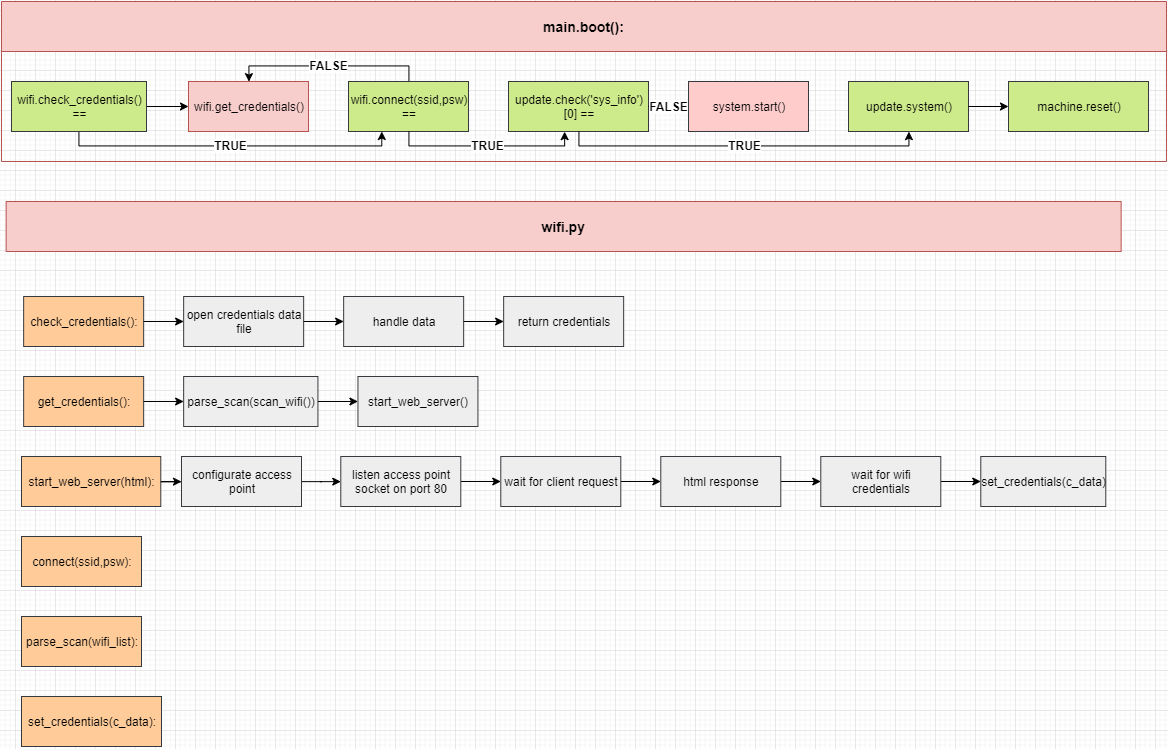
This is img/esp_structure.png from marsex/esp_structure, a draw.io export, as it was before one commit. Source tidied: cells renumbered, new cells last; positions are measured from the earlier drawing's top-left corner, leaving out a move shared by most shapes.
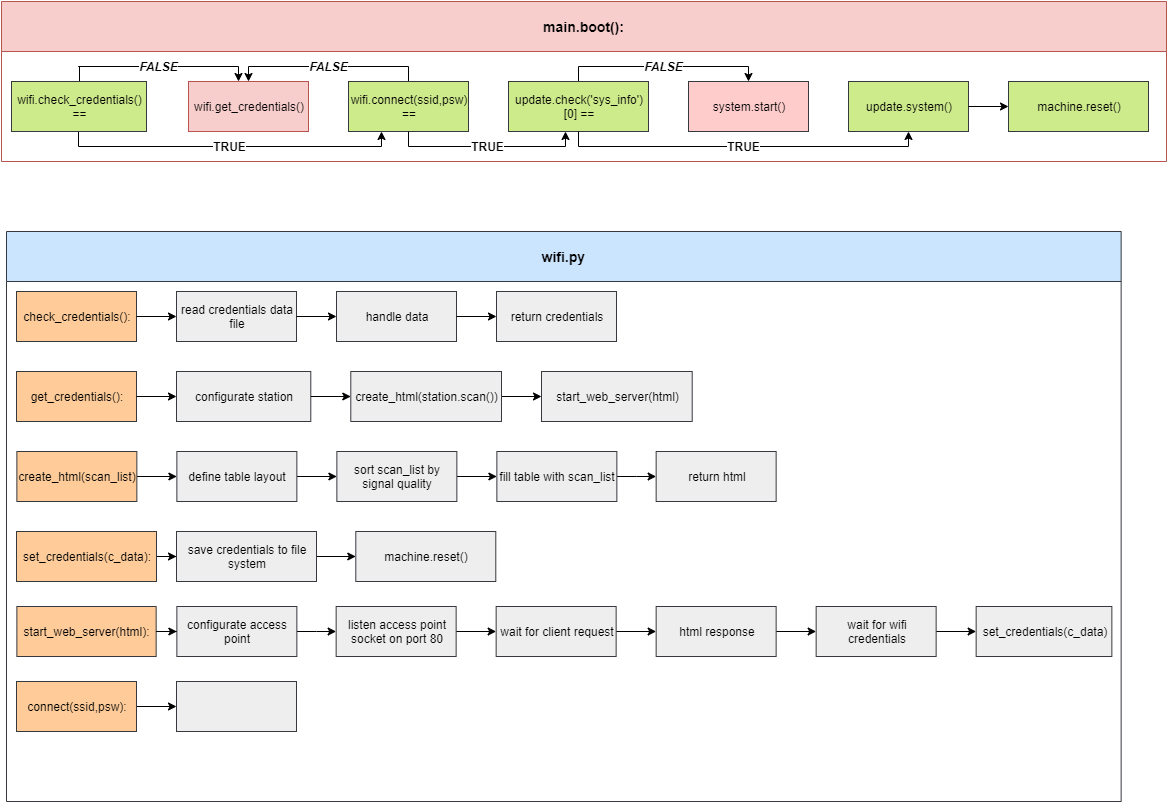
Above is the later version.

Diff of the diagram source:
```diff
@@ -8,7 +8,7 @@
     <mxCell id="3" value="wifi.get_credentials()" style="rounded=0;whiteSpace=wrap;html=1;fillColor=#f8cecc;strokeColor=#b85450;" parent="2" vertex="1">
       <mxGeometry x="187" y="80" width="120" height="50" as="geometry" />
     </mxCell>
-    <mxCell id="4" value="&lt;b&gt;FALSE&lt;/b&gt;" style="edgeStyle=orthogonalEdgeStyle;rounded=0;jettySize=auto;html=1;exitX=0.5;exitY=0;exitDx=0;exitDy=0;entryX=0.5;entryY=0;entryDx=0;entryDy=0;fontSize=12;fontColor=#000000;" parent="2" edge="1" source="5" target="3">
+    <mxCell id="4" value="&lt;b&gt;FALSE&lt;/b&gt;" style="edgeStyle=orthogonalEdgeStyle;rounded=0;jettySize=auto;html=1;exitX=0.5;exitY=0;exitDx=0;exitDy=0;entryX=0.5;entryY=0;entryDx=0;entryDy=0;fontSize=12;fontColor=#000000;fontStyle=2;" parent="2" edge="1" source="5" target="3">
       <mxGeometry relative="1" as="geometry">
         <Array as="points">
           <mxPoint x="407" y="65" />
@@ -19,6 +19,14 @@
     <mxCell id="5" value="wifi.connect(ssid,psw)&lt;br&gt;==" style="rounded=0;whiteSpace=wrap;html=1;fillColor=#cdeb8b;strokeColor=#36393d;" parent="2" vertex="1">
       <mxGeometry x="347" y="80" width="120" height="50" as="geometry" />
     </mxCell>
+    <mxCell id="47" value="&lt;b&gt;FALSE&lt;/b&gt;" style="edgeStyle=orthogonalEdgeStyle;rounded=0;jettySize=auto;html=1;exitX=0.5;exitY=0;exitDx=0;exitDy=0;entryX=0.5;entryY=0;entryDx=0;entryDy=0;fontSize=12;fontColor=#000000;fontStyle=2;" parent="2" edge="1" source="6" target="8">
+      <mxGeometry relative="1" as="geometry">
+        <Array as="points">
+          <mxPoint x="577" y="65" />
+          <mxPoint x="747" y="65" />
+        </Array>
+      </mxGeometry>
+    </mxCell>
     <mxCell id="6" value="update.check('sys_info')[0] ==" style="rounded=0;whiteSpace=wrap;html=1;fillColor=#cdeb8b;strokeColor=#36393d;" parent="2" vertex="1">
       <mxGeometry x="507" y="80" width="140" height="50" as="geometry" />
     </mxCell>
@@ -33,12 +41,6 @@
     <mxCell id="8" value="system.start()" style="rounded=0;whiteSpace=wrap;html=1;fillColor=#ffcccc;strokeColor=#36393d;" parent="2" vertex="1">
       <mxGeometry x="687" y="80" width="120" height="50" as="geometry" />
     </mxCell>
-    <mxCell id="9" style="edgeStyle=orthogonalEdgeStyle;rounded=0;jettySize=auto;html=1;exitX=1;exitY=0.5;exitDx=0;exitDy=0;fontSize=12;fontColor=#000000;" parent="2" edge="1" source="6" target="8">
-      <mxGeometry relative="1" as="geometry" />
-    </mxCell>
-    <mxCell id="10" value="&lt;b&gt;FALSE&lt;/b&gt;" style="edgeStyle=orthogonalEdgeStyle;rounded=0;jettySize=auto;html=1;fontSize=12;fontColor=#000000;" parent="2" edge="1" source="6" target="8">
-      <mxGeometry relative="1" as="geometry" />
-    </mxCell>
     <mxCell id="11" value="update.system()" style="rounded=0;whiteSpace=wrap;html=1;fillColor=#cdeb8b;strokeColor=#36393d;" parent="2" vertex="1">
       <mxGeometry x="847" y="80" width="120" height="50" as="geometry" />
     </mxCell>
@@ -64,69 +66,122 @@
         </Array>
       </mxGeometry>
     </mxCell>
-    <mxCell id="16" style="edgeStyle=orthogonalEdgeStyle;rounded=0;jettySize=auto;html=1;fontSize=12;fontColor=#000000;" parent="2" edge="1" source="17" target="3">
-      <mxGeometry relative="1" as="geometry" />
+    <mxCell id="16" value="&lt;b&gt;FALSE&lt;/b&gt;" style="edgeStyle=orthogonalEdgeStyle;rounded=0;jettySize=auto;html=1;exitX=0.5;exitY=0;exitDx=0;exitDy=0;entryX=0.415;entryY=-0.008;entryDx=0;entryDy=0;entryPerimeter=0;fontSize=12;fontColor=#000000;fontStyle=2;" parent="2" edge="1" source="17" target="3">
+      <mxGeometry relative="1" as="geometry">
+        <Array as="points">
+          <mxPoint x="77" y="65" />
+          <mxPoint x="237" y="65" />
+        </Array>
+      </mxGeometry>
     </mxCell>
     <mxCell id="17" value="wifi.check_credentials() ==" style="rounded=0;whiteSpace=wrap;html=1;fillColor=#cdeb8b;strokeColor=#36393d;" parent="2" vertex="1">
       <mxGeometry x="10" y="80" width="135" height="50" as="geometry" />
     </mxCell>
-    <mxCell id="18" value="wifi.py" style="swimlane;strokeColor=#b85450;fillColor=#f8cecc;fontSize=14;startSize=50;flipH=1;" parent="1" vertex="1">
-      <mxGeometry x="4.7" y="200" width="1115" height="50" as="geometry" />
+    <mxCell id="18" value="wifi.py" style="swimlane;strokeColor=#36393d;fillColor=#cce5ff;fontSize=14;startSize=50;flipH=1;" parent="1" vertex="1">
+      <mxGeometry x="5" y="230" width="1114.6" height="570" as="geometry" />
     </mxCell>
     <mxCell id="19" value="start_web_server(html):" style="rounded=0;whiteSpace=wrap;html=1;fillColor=#ffcc99;strokeColor=#36393d;" parent="1" vertex="1">
-      <mxGeometry x="20" y="455" width="139.3" height="50" as="geometry" />
+      <mxGeometry x="15.4" y="605" width="139.3" height="50" as="geometry" />
     </mxCell>
     <mxCell id="20" value="check_credentials():" style="rounded=0;whiteSpace=wrap;html=1;fillColor=#ffcc99;strokeColor=#36393d;" parent="1" vertex="1">
-      <mxGeometry x="22.2" y="295" width="120" height="50" as="geometry" />
+      <mxGeometry x="15" y="290" width="120" height="50" as="geometry" />
     </mxCell>
-    <mxCell id="21" value="open credentials data file" style="rounded=0;whiteSpace=wrap;html=1;fillColor=#eeeeee;strokeColor=#36393d;" parent="1" vertex="1">
-      <mxGeometry x="182.2" y="295" width="120" height="50" as="geometry" />
+    <mxCell id="21" value="read credentials data file" style="rounded=0;whiteSpace=wrap;html=1;fillColor=#eeeeee;strokeColor=#36393d;" parent="1" vertex="1">
+      <mxGeometry x="175" y="290" width="120" height="50" as="geometry" />
     </mxCell>
     <mxCell id="22" style="edgeStyle=orthogonalEdgeStyle;rounded=0;jettySize=auto;html=1;fontColor=#000000;" parent="1" edge="1" source="20" target="21">
       <mxGeometry relative="1" as="geometry" />
     </mxCell>
     <mxCell id="23" value="handle data" style="rounded=0;whiteSpace=wrap;html=1;fillColor=#eeeeee;strokeColor=#36393d;" parent="1" vertex="1">
-      <mxGeometry x="342.1" y="295" width="120" height="50" as="geometry" />
+      <mxGeometry x="335" y="290" width="120" height="50" as="geometry" />
     </mxCell>
     <mxCell id="24" style="edgeStyle=orthogonalEdgeStyle;rounded=0;jettySize=auto;html=1;fontColor=#000000;" parent="1" edge="1" source="21" target="23">
       <mxGeometry relative="1" as="geometry" />
     </mxCell>
     <mxCell id="25" value="return credentials" style="rounded=0;whiteSpace=wrap;html=1;fillColor=#eeeeee;strokeColor=#36393d;" parent="1" vertex="1">
-      <mxGeometry x="502.2" y="295" width="120" height="50" as="geometry" />
+      <mxGeometry x="495" y="290" width="120" height="50" as="geometry" />
     </mxCell>
     <mxCell id="26" style="edgeStyle=orthogonalEdgeStyle;rounded=0;jettySize=auto;html=1;exitX=1;exitY=0.5;exitDx=0;exitDy=0;entryX=0;entryY=0.5;entryDx=0;entryDy=0;fontColor=#000000;" parent="1" edge="1" source="23" target="25">
       <mxGeometry relative="1" as="geometry" />
     </mxCell>
     <mxCell id="27" value="get_credentials():" style="rounded=0;whiteSpace=wrap;html=1;fillColor=#ffcc99;strokeColor=#36393d;" parent="1" vertex="1">
-      <mxGeometry x="22.2" y="375" width="120" height="50" as="geometry" />
+      <mxGeometry x="15" y="370" width="120" height="50" as="geometry" />
     </mxCell>
-    <mxCell id="28" value="parse_scan(scan_wifi())" style="rounded=0;whiteSpace=wrap;html=1;fillColor=#eeeeee;strokeColor=#36393d;" parent="1" vertex="1">
-      <mxGeometry x="182.2" y="375" width="134.3" height="50" as="geometry" />
+    <mxCell id="28" value="configurate station" style="rounded=0;whiteSpace=wrap;html=1;fillColor=#eeeeee;strokeColor=#36393d;" parent="1" vertex="1">
+      <mxGeometry x="175" y="370" width="134.3" height="50" as="geometry" />
     </mxCell>
     <mxCell id="29" style="edgeStyle=orthogonalEdgeStyle;rounded=0;jettySize=auto;html=1;fontColor=#000000;" parent="1" edge="1" source="27" target="28">
       <mxGeometry relative="1" as="geometry" />
     </mxCell>
+    <mxCell id="48" style="edgeStyle=orthogonalEdgeStyle;rounded=0;jettySize=auto;html=1;fontSize=12;fontColor=#000000;" parent="1" edge="1" source="30" target="49">
+      <mxGeometry relative="1" as="geometry" />
+    </mxCell>
     <mxCell id="30" value="connect(ssid,psw):" style="rounded=0;whiteSpace=wrap;html=1;fillColor=#ffcc99;strokeColor=#36393d;" parent="1" vertex="1">
-      <mxGeometry x="20" y="535" width="120" height="50" as="geometry" />
+      <mxGeometry x="15" y="680" width="120" height="50" as="geometry" />
     </mxCell>
+    <mxCell id="49" style="rounded=0;whiteSpace=wrap;html=1;fillColor=#eeeeee;strokeColor=#36393d;" parent="1" vertex="1">
+      <mxGeometry x="175" y="680" width="120" height="50" as="geometry" />
+    </mxCell>
+    <mxCell id="50" style="edgeStyle=orthogonalEdgeStyle;rounded=0;jettySize=auto;html=1;fontSize=12;fontColor=#000000;" parent="1" edge="1" source="31" target="52">
+      <mxGeometry relative="1" as="geometry" />
+    </mxCell>
-    <mxCell id="31" value="parse_scan(wifi_list):" style="rounded=0;whiteSpace=wrap;html=1;fillColor=#ffcc99;strokeColor=#36393d;" parent="1" vertex="1">
-      <mxGeometry x="20" y="615" width="120" height="50" as="geometry" />
+    <mxCell id="31" value="create_html(scan_list)" style="rounded=0;whiteSpace=wrap;html=1;fillColor=#ffcc99;strokeColor=#36393d;" parent="1" vertex="1">
+      <mxGeometry x="15.4" y="450" width="120" height="50" as="geometry" />
     </mxCell>
+    <mxCell id="51" style="edgeStyle=orthogonalEdgeStyle;rounded=0;jettySize=auto;html=1;fontSize=12;fontColor=#000000;" parent="1" edge="1" source="52" target="54">
+      <mxGeometry relative="1" as="geometry" />
+    </mxCell>
+    <mxCell id="52" value="define table layout" style="rounded=0;whiteSpace=wrap;html=1;fillColor=#eeeeee;strokeColor=#36393d;" parent="1" vertex="1">
+      <mxGeometry x="175.4" y="450" width="120" height="50" as="geometry" />
+    </mxCell>
+    <mxCell id="53" style="edgeStyle=orthogonalEdgeStyle;rounded=0;jettySize=auto;html=1;fontSize=12;fontColor=#000000;" parent="1" edge="1" source="54" target="56">
+      <mxGeometry relative="1" as="geometry" />
+    </mxCell>
+    <mxCell id="54" value="sort scan_list by signal quality" style="rounded=0;whiteSpace=wrap;html=1;fillColor=#eeeeee;strokeColor=#36393d;" parent="1" vertex="1">
+      <mxGeometry x="335.4" y="450" width="120" height="50" as="geometry" />
+    </mxCell>
+    <mxCell id="55" style="edgeStyle=orthogonalEdgeStyle;rounded=0;jettySize=auto;html=1;fontSize=12;fontColor=#000000;" parent="1" edge="1" source="56" target="57">
+      <mxGeometry relative="1" as="geometry" />
+    </mxCell>
+    <mxCell id="56" value="fill table with scan_list" style="rounded=0;whiteSpace=wrap;html=1;fillColor=#eeeeee;strokeColor=#36393d;" parent="1" vertex="1">
+      <mxGeometry x="495.4" y="450" width="120" height="50" as="geometry" />
+    </mxCell>
+    <mxCell id="57" value="return html" style="rounded=0;whiteSpace=wrap;html=1;fillColor=#eeeeee;strokeColor=#36393d;" parent="1" vertex="1">
+      <mxGeometry x="654.7" y="450" width="120" height="50" as="geometry" />
+    </mxCell>
+    <mxCell id="58" style="edgeStyle=orthogonalEdgeStyle;rounded=0;jettySize=auto;html=1;fontSize=12;fontColor=#000000;" parent="1" edge="1" source="32" target="60">
+      <mxGeometry relative="1" as="geometry" />
+    </mxCell>
     <mxCell id="32" value="set_credentials(c_data):" style="rounded=0;whiteSpace=wrap;html=1;fillColor=#ffcc99;strokeColor=#36393d;" parent="1" vertex="1">
-      <mxGeometry x="20" y="695" width="140" height="50" as="geometry" />
+      <mxGeometry x="15" y="530" width="140" height="50" as="geometry" />
     </mxCell>
+    <mxCell id="59" style="edgeStyle=orthogonalEdgeStyle;rounded=0;jettySize=auto;html=1;fontSize=12;fontColor=#000000;" parent="1" edge="1" source="60" target="61">
+      <mxGeometry relative="1" as="geometry" />
+    </mxCell>
+    <mxCell id="60" value="save credentials to file system" style="rounded=0;whiteSpace=wrap;html=1;fillColor=#eeeeee;strokeColor=#36393d;" parent="1" vertex="1">
+      <mxGeometry x="175" y="530" width="140" height="50" as="geometry" />
+    </mxCell>
+    <mxCell id="61" value="machine.reset()" style="rounded=0;whiteSpace=wrap;html=1;fillColor=#eeeeee;strokeColor=#36393d;" parent="1" vertex="1">
+      <mxGeometry x="354.3" y="530" width="140" height="50" as="geometry" />
+    </mxCell>
     <mxCell id="33" style="edgeStyle=orthogonalEdgeStyle;rounded=0;jettySize=auto;html=1;fontSize=12;fontColor=#000000;" parent="1" edge="1" source="34" target="35">
       <mxGeometry relative="1" as="geometry" />
     </mxCell>
     <mxCell id="34" value="wait for wifi credentials" style="rounded=0;whiteSpace=wrap;html=1;fillColor=#eeeeee;strokeColor=#36393d;" parent="1" vertex="1">
-      <mxGeometry x="819.3" y="455" width="120" height="50" as="geometry" />
+      <mxGeometry x="814.6" y="605" width="120" height="50" as="geometry" />
     </mxCell>
     <mxCell id="35" value="set_credentials(c_data)" style="rounded=0;whiteSpace=wrap;html=1;fillColor=#eeeeee;strokeColor=#36393d;" parent="1" vertex="1">
-      <mxGeometry x="979.3" y="455" width="125" height="50" as="geometry" />
+      <mxGeometry x="974.6" y="605" width="135.7" height="50" as="geometry" />
     </mxCell>
+    <mxCell id="62" style="edgeStyle=orthogonalEdgeStyle;rounded=0;jettySize=auto;html=1;fontSize=12;fontColor=#000000;" parent="1" edge="1" source="36" target="63">
+      <mxGeometry relative="1" as="geometry" />
+    </mxCell>
-    <mxCell id="36" value="start_web_server()" style="rounded=0;whiteSpace=wrap;html=1;fillColor=#eeeeee;strokeColor=#36393d;" parent="1" vertex="1">
-      <mxGeometry x="356.4" y="375" width="120" height="50" as="geometry" />
+    <mxCell id="36" value="create_html(station.scan())" style="rounded=0;whiteSpace=wrap;html=1;fillColor=#eeeeee;strokeColor=#36393d;" parent="1" vertex="1">
+      <mxGeometry x="349.3" y="370" width="150.7" height="50" as="geometry" />
     </mxCell>
+    <mxCell id="63" value="start_web_server(html)" style="rounded=0;whiteSpace=wrap;html=1;fillColor=#eeeeee;strokeColor=#36393d;" parent="1" vertex="1">
+      <mxGeometry x="540" y="370" width="150.7" height="50" as="geometry" />
+    </mxCell>
     <mxCell id="37" style="edgeStyle=orthogonalEdgeStyle;rounded=0;jettySize=auto;html=1;exitX=1;exitY=0.5;exitDx=0;exitDy=0;entryX=0;entryY=0.5;entryDx=0;entryDy=0;fontSize=12;fontColor=#000000;" parent="1" edge="1" source="28" target="36">
       <mxGeometry relative="1" as="geometry" />
     </mxCell>
@@ -134,25 +189,25 @@
       <mxGeometry relative="1" as="geometry" />
     </mxCell>
     <mxCell id="39" value="configurate access point" style="rounded=0;whiteSpace=wrap;html=1;fillColor=#eeeeee;strokeColor=#36393d;" parent="1" vertex="1">
-      <mxGeometry x="180" y="455" width="120" height="50" as="geometry" />
+      <mxGeometry x="175.4" y="605" width="120" height="50" as="geometry" />
     </mxCell>
     <mxCell id="40" style="edgeStyle=orthogonalEdgeStyle;rounded=0;jettySize=auto;html=1;fontSize=12;fontColor=#000000;" parent="1" edge="1" source="41" target="43">
       <mxGeometry relative="1" as="geometry" />
     </mxCell>
     <mxCell id="41" value="listen access point socket on port 80" style="rounded=0;whiteSpace=wrap;html=1;fillColor=#eeeeee;strokeColor=#36393d;" parent="1" vertex="1">
-      <mxGeometry x="339.3" y="455" width="120" height="50" as="geometry" />
+      <mxGeometry x="334.6" y="605" width="120" height="50" as="geometry" />
     </mxCell>
     <mxCell id="42" style="edgeStyle=orthogonalEdgeStyle;rounded=0;jettySize=auto;html=1;fontSize=12;fontColor=#000000;" parent="1" edge="1" source="43" target="45">
       <mxGeometry relative="1" as="geometry" />
     </mxCell>
     <mxCell id="43" value="wait for client request" style="rounded=0;whiteSpace=wrap;html=1;fillColor=#eeeeee;strokeColor=#36393d;" parent="1" vertex="1">
-      <mxGeometry x="499.3" y="455" width="120" height="50" as="geometry" />
+      <mxGeometry x="494.6" y="605" width="120" height="50" as="geometry" />
     </mxCell>
     <mxCell id="44" style="edgeStyle=orthogonalEdgeStyle;rounded=0;jettySize=auto;html=1;fontSize=12;fontColor=#000000;" parent="1" edge="1" source="45" target="34">
       <mxGeometry relative="1" as="geometry" />
     </mxCell>
     <mxCell id="45" value="html response" style="rounded=0;whiteSpace=wrap;html=1;fillColor=#eeeeee;strokeColor=#36393d;" parent="1" vertex="1">
-      <mxGeometry x="659.3" y="455" width="120" height="50" as="geometry" />
+      <mxGeometry x="654.6" y="605" width="120" height="50" as="geometry" />
     </mxCell>
     <mxCell id="46" style="edgeStyle=orthogonalEdgeStyle;rounded=0;jettySize=auto;html=1;fontSize=12;fontColor=#000000;" parent="1" edge="1" source="19" target="39">
       <mxGeometry relative="1" as="geometry" />
```
